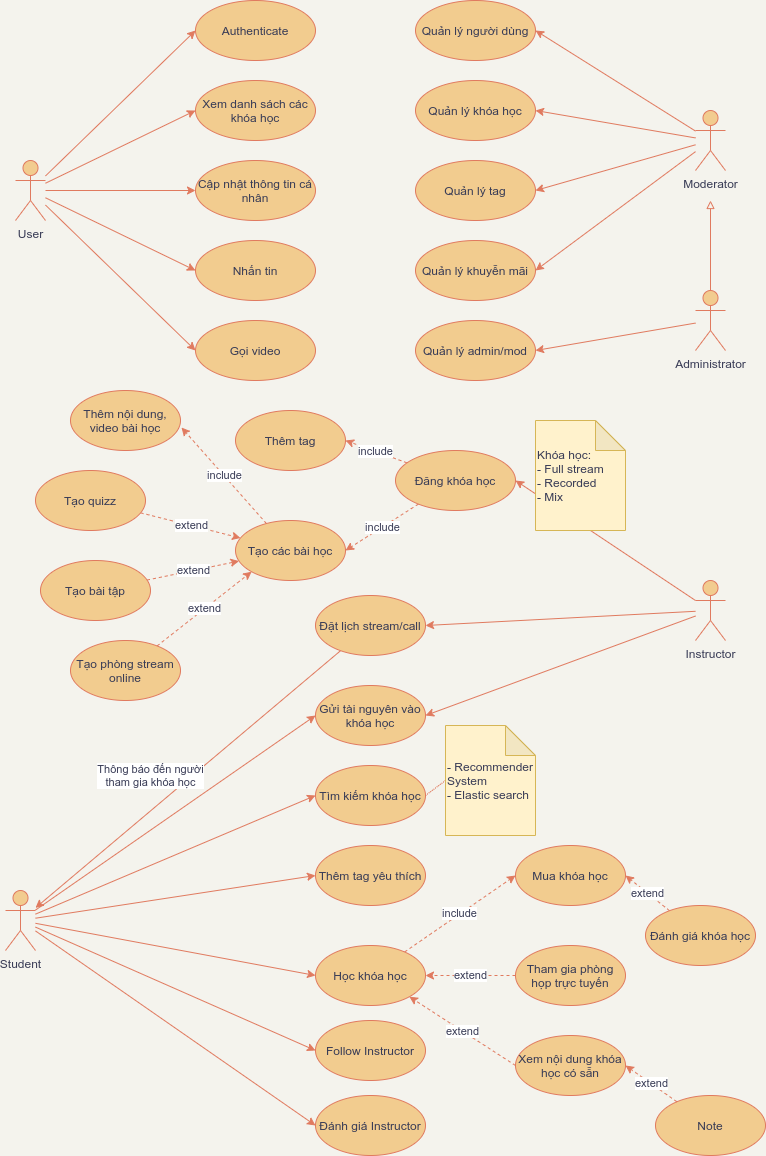
Before: docs/graph/usecase.png, a diagram exported from draw.io (SownBanana/HUST-graduate-project). Source tidied: cells renumbered, new cells last; positions are measured from the earlier drawing's top-left corner, leaving out a move shared by most shapes.
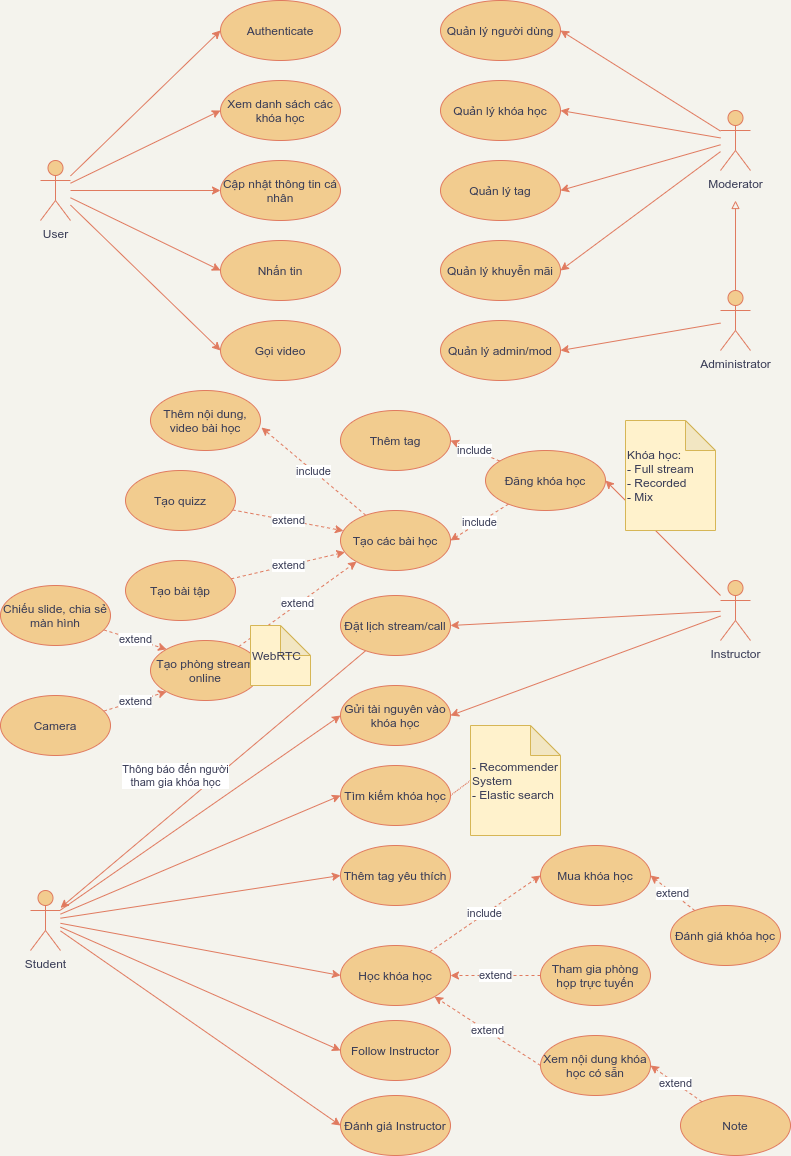
Above is the later version.

Change to the diagram source:
```diff
@@ -75,7 +75,7 @@
       <mxGeometry relative="1" as="geometry" />
     </mxCell>
     <mxCell id="26" value="Đăng khóa học" style="ellipse;whiteSpace=wrap;html=1;fillColor=#F2CC8F;strokeColor=#E07A5F;fontColor=#393C56;" parent="1" vertex="1">
-      <mxGeometry x="390" y="450" width="120" height="60" as="geometry" />
+      <mxGeometry x="455" y="450" width="120" height="60" as="geometry" />
     </mxCell>
     <mxCell id="27" value="Quản lý người dùng" style="ellipse;whiteSpace=wrap;html=1;fillColor=#F2CC8F;strokeColor=#E07A5F;fontColor=#393C56;" parent="1" vertex="1">
       <mxGeometry x="410" width="120" height="60" as="geometry" />
@@ -122,22 +122,22 @@
       <mxGeometry relative="1" as="geometry" />
     </mxCell>
     <mxCell id="41" value="Tạo các bài học" style="ellipse;whiteSpace=wrap;html=1;rounded=0;sketch=0;strokeColor=#E07A5F;fillColor=#F2CC8F;fontColor=#393C56;" parent="1" vertex="1">
-      <mxGeometry x="230" y="520" width="110" height="60" as="geometry" />
+      <mxGeometry x="310" y="510" width="110" height="60" as="geometry" />
     </mxCell>
     <mxCell id="42" value="extend" style="edgeStyle=none;rounded=1;sketch=0;jettySize=auto;html=1;dashed=1;strokeColor=#E07A5F;fillColor=#F2CC8F;fontColor=#393C56;" parent="1" edge="1" source="43" target="41">
       <mxGeometry relative="1" as="geometry" />
     </mxCell>
     <mxCell id="43" value="Tạo quizz" style="ellipse;whiteSpace=wrap;html=1;rounded=0;sketch=0;strokeColor=#E07A5F;fillColor=#F2CC8F;fontColor=#393C56;" parent="1" vertex="1">
-      <mxGeometry x="30" y="470" width="110" height="60" as="geometry" />
+      <mxGeometry x="95" y="470" width="110" height="60" as="geometry" />
     </mxCell>
     <mxCell id="44" value="Thêm nội dung, video bài học" style="ellipse;whiteSpace=wrap;html=1;rounded=0;sketch=0;strokeColor=#E07A5F;fillColor=#F2CC8F;fontColor=#393C56;" parent="1" vertex="1">
-      <mxGeometry x="65" y="390" width="110" height="60" as="geometry" />
+      <mxGeometry x="120" y="390" width="110" height="60" as="geometry" />
     </mxCell>
     <mxCell id="45" value="extend" style="rounded=0;jettySize=auto;html=1;entryX=0;entryY=1;entryDx=0;entryDy=0;dashed=1;strokeColor=#E07A5F;fontColor=#393C56;" parent="1" edge="1" source="46" target="41">
       <mxGeometry relative="1" as="geometry" />
     </mxCell>
     <mxCell id="46" value="Tạo phòng stream online" style="ellipse;whiteSpace=wrap;html=1;rounded=0;sketch=0;strokeColor=#E07A5F;fillColor=#F2CC8F;fontColor=#393C56;" parent="1" vertex="1">
-      <mxGeometry x="65" y="640" width="110" height="60" as="geometry" />
+      <mxGeometry x="120" y="640" width="110" height="60" as="geometry" />
     </mxCell>
     <mxCell id="47" value="Thông báo đến người&lt;br&gt;tham gia khóa học" style="edgeStyle=none;rounded=1;sketch=0;jettySize=auto;html=1;strokeColor=#E07A5F;fillColor=#F2CC8F;fontColor=#393C56;" parent="1" edge="1" source="48" target="12">
       <mxGeometry x="0.13" y="-27" relative="1" as="geometry" />
@@ -173,7 +173,7 @@
       <mxGeometry x="310" y="945" width="110" height="60" as="geometry" />
     </mxCell>
     <mxCell id="58" value="Khóa học:&lt;br&gt;- Full stream&lt;br&gt;- Recorded&lt;br&gt;- Mix" style="shape=note;whiteSpace=wrap;html=1;backgroundOutline=1;darkOpacity=0.05;rounded=0;sketch=0;strokeColor=#d6b656;fillColor=#fff2cc;align=left;fontColor=#393C56;" parent="1" vertex="1">
-      <mxGeometry x="530" y="420" width="90" height="110" as="geometry" />
+      <mxGeometry x="595" y="420" width="90" height="110" as="geometry" />
     </mxCell>
     <mxCell id="59" value="extend" style="edgeStyle=none;rounded=1;sketch=0;jettySize=auto;html=1;entryX=1;entryY=0.5;entryDx=0;entryDy=0;dashed=1;strokeColor=#E07A5F;fillColor=#F2CC8F;fontColor=#393C56;" parent="1" edge="1" source="60" target="57">
       <mxGeometry relative="1" as="geometry" />
@@ -182,7 +182,7 @@
       <mxGeometry x="510" y="945" width="110" height="60" as="geometry" />
     </mxCell>
     <mxCell id="61" value="Thêm tag" style="ellipse;whiteSpace=wrap;html=1;rounded=0;sketch=0;strokeColor=#E07A5F;fillColor=#F2CC8F;fontColor=#393C56;" parent="1" vertex="1">
-      <mxGeometry x="230" y="410" width="110" height="60" as="geometry" />
+      <mxGeometry x="310" y="410" width="110" height="60" as="geometry" />
     </mxCell>
     <mxCell id="62" value="Xem nội dung khóa học có sẵn" style="ellipse;whiteSpace=wrap;html=1;rounded=0;sketch=0;strokeColor=#E07A5F;fillColor=#F2CC8F;fontColor=#393C56;" parent="1" vertex="1">
       <mxGeometry x="510" y="1035" width="110" height="60" as="geometry" />
@@ -209,7 +209,22 @@
       <mxGeometry relative="1" as="geometry" />
     </mxCell>
     <mxCell id="70" value="Tạo bài tập" style="ellipse;whiteSpace=wrap;html=1;rounded=0;sketch=0;strokeColor=#E07A5F;fillColor=#F2CC8F;fontColor=#393C56;" parent="1" vertex="1">
-      <mxGeometry x="35" y="560" width="110" height="60" as="geometry" />
+      <mxGeometry x="95" y="560" width="110" height="60" as="geometry" />
     </mxCell>
+    <mxCell id="71" value="WebRTC" style="shape=note;whiteSpace=wrap;html=1;backgroundOutline=1;darkOpacity=0.05;rounded=0;sketch=0;strokeColor=#d6b656;fillColor=#fff2cc;align=left;fontColor=#393C56;" parent="1" vertex="1">
+      <mxGeometry x="220" y="625" width="60" height="60" as="geometry" />
+    </mxCell>
+    <mxCell id="72" value="extend" style="rounded=0;jettySize=auto;html=1;entryX=0;entryY=0;entryDx=0;entryDy=0;dashed=1;strokeColor=#E07A5F;fontColor=#393C56;" parent="1" edge="1" source="73" target="46">
+      <mxGeometry relative="1" as="geometry" />
+    </mxCell>
+    <mxCell id="73" value="Chiếu slide, chia sẻ màn hình" style="ellipse;whiteSpace=wrap;html=1;rounded=0;sketch=0;strokeColor=#E07A5F;fillColor=#F2CC8F;fontColor=#393C56;" parent="1" vertex="1">
+      <mxGeometry x="-30" y="585" width="110" height="60" as="geometry" />
+    </mxCell>
+    <mxCell id="74" value="extend" style="rounded=0;jettySize=auto;html=1;entryX=0;entryY=1;entryDx=0;entryDy=0;dashed=1;strokeColor=#E07A5F;fontColor=#393C56;" parent="1" edge="1" source="75" target="46">
+      <mxGeometry relative="1" as="geometry" />
+    </mxCell>
+    <mxCell id="75" value="Camera" style="ellipse;whiteSpace=wrap;html=1;rounded=0;sketch=0;strokeColor=#E07A5F;fillColor=#F2CC8F;fontColor=#393C56;" parent="1" vertex="1">
+      <mxGeometry x="-30" y="695" width="110" height="60" as="geometry" />
+    </mxCell>
   </root>
 </mxGraphModel>
```
